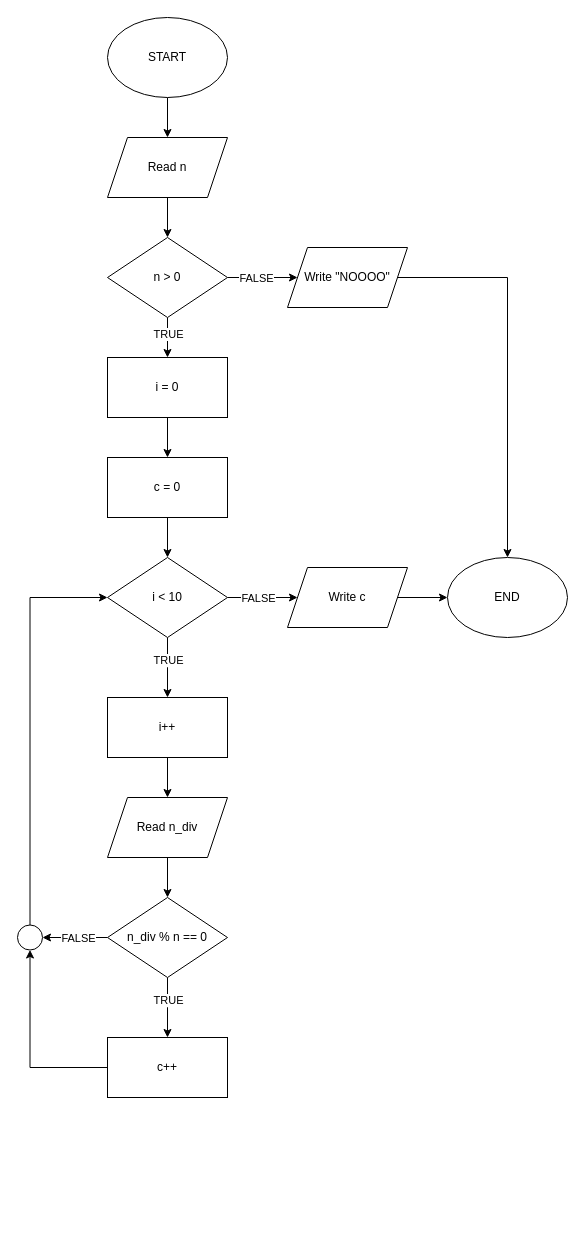
Before: Lezione_03/Esercizio9.drawio in Federico27its/its_esercizi, a draw.io diagram. Source tidied: cells renumbered, new cells numbered last; positions are measured from the earlier drawing's top-left corner, leaving out a move shared by most shapes. Both pictures are drawn from the tidied source at 100%, with x=0, y=0 at pixel (17, 17).
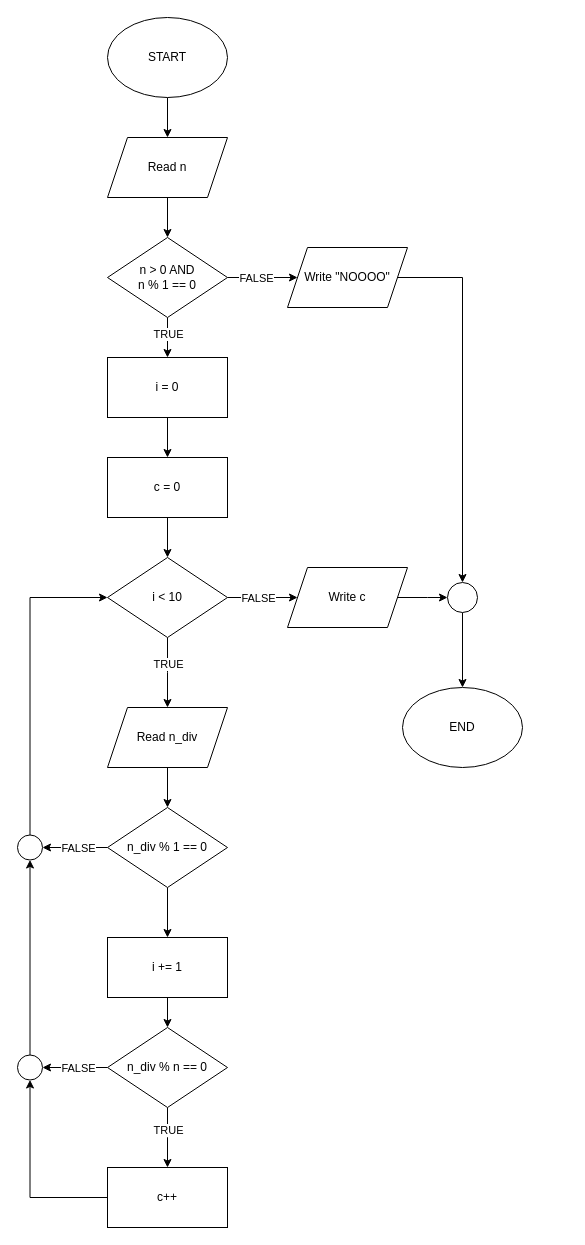
After the change.

The change refers to these unchanged cells:
```xml
<mxCell id="12" value="Write &quot;NOOOO&quot;" style="shape=parallelogram;perimeter=parallelogramPerimeter;whiteSpace=wrap;html=1;fixedSize=1;" parent="1" vertex="1">
  <mxGeometry x="270" y="230" width="120" height="60" as="geometry" />
</mxCell>
<mxCell id="19" value="i &amp;lt; 10" style="rhombus;whiteSpace=wrap;html=1;" parent="1" vertex="1">
  <mxGeometry x="90" y="540" width="120" height="80" as="geometry" />
</mxCell>
<mxCell id="34" value="Write c" style="shape=parallelogram;perimeter=parallelogramPerimeter;whiteSpace=wrap;html=1;fixedSize=1;" parent="1" vertex="1">
  <mxGeometry x="270" y="550" width="120" height="60" as="geometry" />
</mxCell>
```

The edit, as a diff of the source:
```diff
@@
-    <mxCell id="10" value="n &amp;gt; 0" style="rhombus;whiteSpace=wrap;html=1;" parent="1" vertex="1">
+    <mxCell id="10" value="n &amp;gt; 0 AND&lt;br&gt;n % 1 == 0" style="rhombus;whiteSpace=wrap;html=1;" parent="1" vertex="1">
       <mxGeometry x="90" y="220" width="120" height="80" as="geometry" />
     </mxCell>
-    <mxCell id="11" style="edgeStyle=orthogonalEdgeStyle;rounded=0;jettySize=auto;html=1;entryX=0.5;entryY=0;entryDx=0;entryDy=0;" parent="1" edge="1" source="12" target="35">
-      <mxGeometry relative="1" as="geometry" />
-    </mxCell>
+    <mxCell id="38" style="edgeStyle=orthogonalEdgeStyle;rounded=0;jettySize=auto;html=1;entryX=0.5;entryY=0;entryDx=0;entryDy=0;" parent="1" edge="1" source="12" target="48">
+      <mxGeometry relative="1" as="geometry" />
+    </mxCell>
@@
     <mxCell id="15" style="edgeStyle=orthogonalEdgeStyle;rounded=0;jettySize=auto;html=1;" parent="1" edge="1" source="19">
       <mxGeometry relative="1" as="geometry">
-        <mxPoint x="150" y="680" as="targetPoint" />
+        <mxPoint x="150" y="690" as="targetPoint" />
       </mxGeometry>
     </mxCell>
@@
-    <mxCell id="22" style="edgeStyle=orthogonalEdgeStyle;rounded=0;jettySize=auto;html=1;entryX=0.5;entryY=0;entryDx=0;entryDy=0;" parent="1" edge="1" source="23" target="28">
-      <mxGeometry relative="1" as="geometry" />
-    </mxCell>
+    <mxCell id="39" style="edgeStyle=orthogonalEdgeStyle;rounded=0;jettySize=auto;html=1;entryX=0.5;entryY=0;entryDx=0;entryDy=0;" parent="1" edge="1" source="23" target="44">
+      <mxGeometry relative="1" as="geometry" />
+    </mxCell>
     <mxCell id="23" value="Read n_div" style="shape=parallelogram;perimeter=parallelogramPerimeter;whiteSpace=wrap;html=1;fixedSize=1;" parent="1" vertex="1">
-      <mxGeometry x="90" y="780" width="120" height="60" as="geometry" />
+      <mxGeometry x="90" y="690" width="120" height="60" as="geometry" />
     </mxCell>
     <mxCell id="24" style="edgeStyle=orthogonalEdgeStyle;rounded=0;jettySize=auto;html=1;" parent="1" edge="1" source="28">
       <mxGeometry relative="1" as="geometry">
-        <mxPoint x="150" y="1020" as="targetPoint" />
+        <mxPoint x="150" y="1150" as="targetPoint" />
       </mxGeometry>
     </mxCell>
@@
     <mxCell id="28" value="n_div % n == 0" style="rhombus;whiteSpace=wrap;html=1;" parent="1" vertex="1">
-      <mxGeometry x="90" y="880" width="120" height="80" as="geometry" />
+      <mxGeometry x="90" y="1010" width="120" height="80" as="geometry" />
     </mxCell>
@@
     <mxCell id="30" value="c++" style="rounded=0;whiteSpace=wrap;html=1;" parent="1" vertex="1">
-      <mxGeometry x="90" y="1020" width="120" height="60" as="geometry" />
+      <mxGeometry x="90" y="1150" width="120" height="60" as="geometry" />
     </mxCell>
-    <mxCell id="31" style="edgeStyle=orthogonalEdgeStyle;rounded=0;jettySize=auto;html=1;entryX=0;entryY=0.5;entryDx=0;entryDy=0;" parent="1" edge="1" source="32" target="19">
-      <mxGeometry relative="1" as="geometry">
-        <Array as="points">
-          <mxPoint x="13" y="580" />
-        </Array>
-      </mxGeometry>
-    </mxCell>
+    <mxCell id="40" style="edgeStyle=orthogonalEdgeStyle;rounded=0;jettySize=auto;html=1;entryX=0.5;entryY=1;entryDx=0;entryDy=0;" parent="1" edge="1" source="32" target="46">
+      <mxGeometry relative="1" as="geometry" />
+    </mxCell>
     <mxCell id="32" style="ellipse;whiteSpace=wrap;html=1;" parent="1" vertex="1">
-      <mxGeometry y="907.5" width="25" height="25" as="geometry" />
+      <mxGeometry y="1037.5" width="25" height="25" as="geometry" />
     </mxCell>
-    <mxCell id="33" style="edgeStyle=orthogonalEdgeStyle;rounded=0;jettySize=auto;html=1;entryX=0;entryY=0.5;entryDx=0;entryDy=0;" parent="1" edge="1" source="34" target="35">
-      <mxGeometry relative="1" as="geometry" />
+    <mxCell id="33" style="edgeStyle=orthogonalEdgeStyle;rounded=0;jettySize=auto;html=1;entryX=0;entryY=0.5;entryDx=0;entryDy=0;" parent="1" edge="1" source="34">
+      <mxGeometry relative="1" as="geometry">
+        <mxPoint x="430" y="580" as="targetPoint" />
+      </mxGeometry>
     </mxCell>
@@
+    <mxCell id="41" style="edgeStyle=orthogonalEdgeStyle;rounded=0;jettySize=auto;html=1;entryX=1;entryY=0.5;entryDx=0;entryDy=0;" parent="1" edge="1" source="44" target="46">
+      <mxGeometry relative="1" as="geometry" />
+    </mxCell>
+    <mxCell id="42" value="FALSE" style="edgeLabel;html=1;align=center;verticalAlign=middle;" parent="41" vertex="1">
+      <mxGeometry x="-0.14" y="3" relative="1" as="geometry">
+        <mxPoint x="-2" y="-3" as="offset" />
+      </mxGeometry>
+    </mxCell>
+    <mxCell id="43" style="edgeStyle=orthogonalEdgeStyle;rounded=0;jettySize=auto;html=1;" parent="1" edge="1" source="44" target="50">
+      <mxGeometry relative="1" as="geometry" />
+    </mxCell>
+    <mxCell id="44" value="n_div % 1 == 0" style="rhombus;whiteSpace=wrap;html=1;" parent="1" vertex="1">
+      <mxGeometry x="90" y="790" width="120" height="80" as="geometry" />
+    </mxCell>
+    <mxCell id="45" style="edgeStyle=orthogonalEdgeStyle;rounded=0;jettySize=auto;html=1;entryX=0;entryY=0.5;entryDx=0;entryDy=0;" parent="1" edge="1" source="46" target="19">
+      <mxGeometry relative="1" as="geometry">
+        <Array as="points">
+          <mxPoint x="13" y="580" />
+        </Array>
+      </mxGeometry>
+    </mxCell>
+    <mxCell id="46" style="ellipse;whiteSpace=wrap;html=1;" parent="1" vertex="1">
+      <mxGeometry y="817.5" width="25" height="25" as="geometry" />
+    </mxCell>
+    <mxCell id="47" style="edgeStyle=orthogonalEdgeStyle;rounded=0;jettySize=auto;html=1;" parent="1" edge="1" source="48" target="35">
+      <mxGeometry relative="1" as="geometry" />
+    </mxCell>
+    <mxCell id="48" style="ellipse;whiteSpace=wrap;html=1;" parent="1" vertex="1">
+      <mxGeometry x="430" y="565" width="30" height="30" as="geometry" />
+    </mxCell>
     <mxCell id="35" value="END" style="ellipse;whiteSpace=wrap;html=1;" parent="1" vertex="1">
-      <mxGeometry x="430" y="540" width="120" height="80" as="geometry" />
+      <mxGeometry x="385" y="670" width="120" height="80" as="geometry" />
     </mxCell>
-    <mxCell id="36" style="edgeStyle=orthogonalEdgeStyle;rounded=0;jettySize=auto;html=1;entryX=0.5;entryY=0;entryDx=0;entryDy=0;" parent="1" edge="1" source="37" target="23">
-      <mxGeometry relative="1" as="geometry" />
-    </mxCell>
-    <mxCell id="37" value="i++" style="rounded=0;whiteSpace=wrap;html=1;" parent="1" vertex="1">
-      <mxGeometry x="90" y="680" width="120" height="60" as="geometry" />
-    </mxCell>
+    <mxCell id="49" style="edgeStyle=orthogonalEdgeStyle;rounded=0;jettySize=auto;html=1;entryX=0.5;entryY=0;entryDx=0;entryDy=0;" parent="1" edge="1" source="50" target="28">
+      <mxGeometry relative="1" as="geometry" />
+    </mxCell>
+    <mxCell id="50" value="i += 1" style="rounded=0;whiteSpace=wrap;html=1;" parent="1" vertex="1">
+      <mxGeometry x="90" y="920" width="120" height="60" as="geometry" />
+    </mxCell>
```
